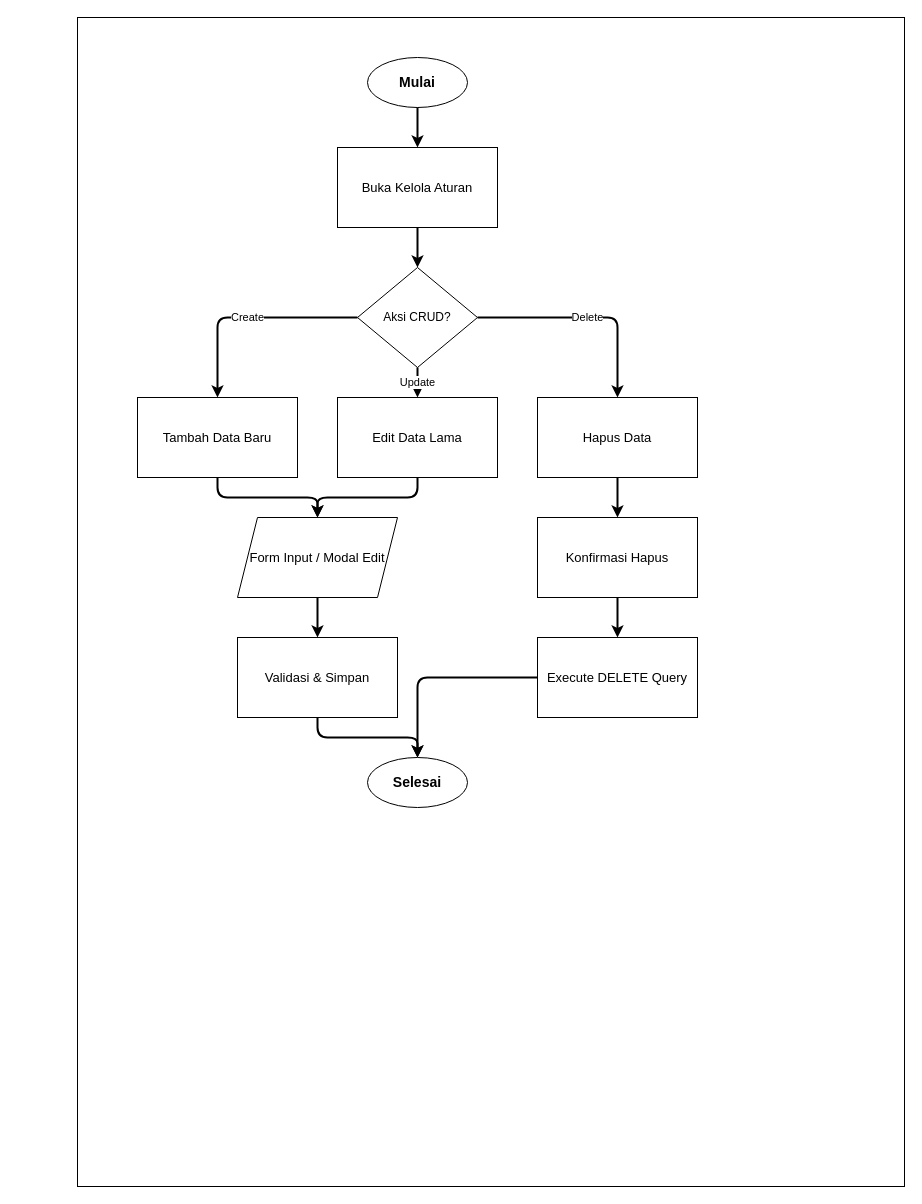
The draw.io diagram diagram/flowchart/admin_aturan.drawio in Jinsky/Jinsky, before the edit. Source tidied: cells renumbered, new cells numbered last; positions are measured from the earlier drawing's top-left corner, leaving out a move shared by most shapes. Both pictures are drawn from the tidied source at 100%, with x=0, y=0 at pixel (77, 17).
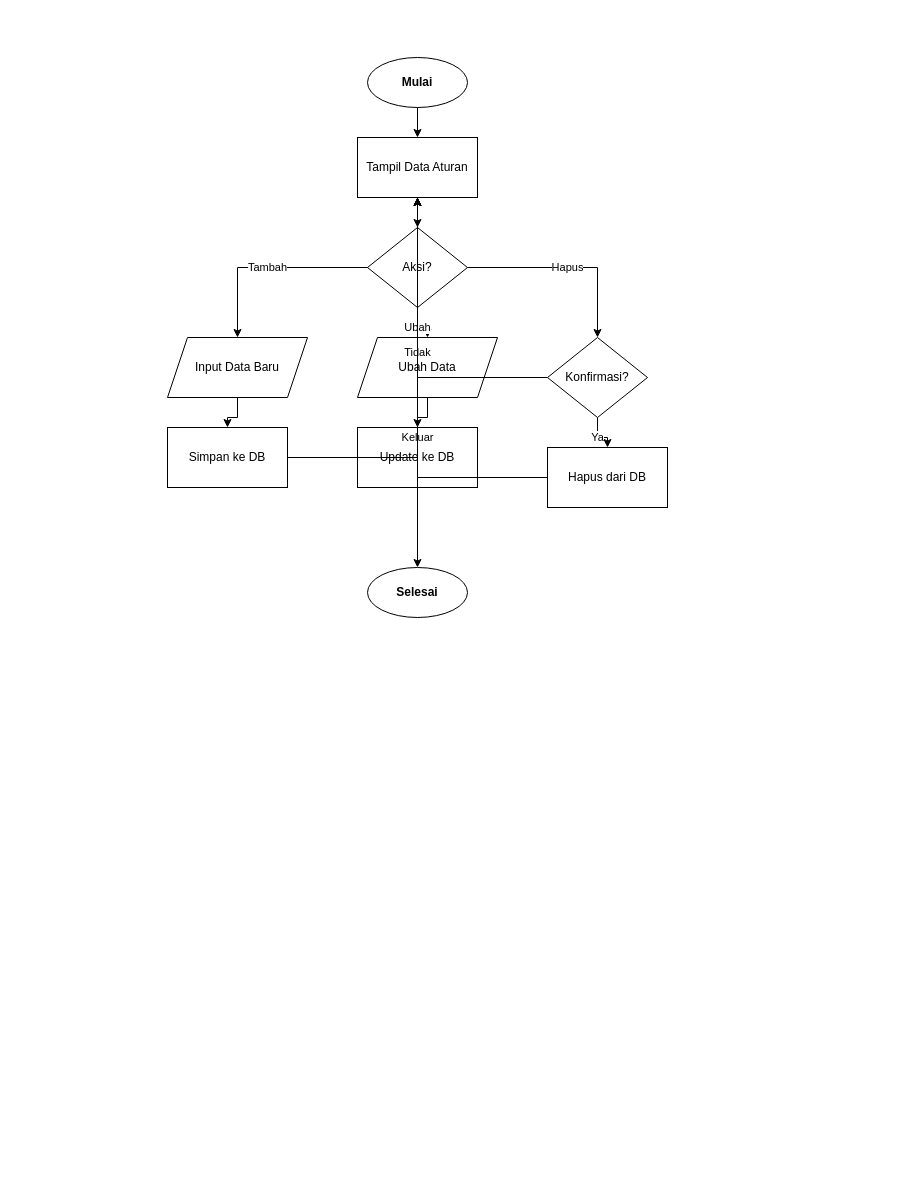
The same diagram, later.

Diff of the diagram source:
```diff
@@
-    <mxCell id="2" style="rounded=0;whiteSpace=wrap;html=1;" parent="1" vertex="1">
-      <mxGeometry width="827" height="1169" as="geometry" />
+    <mxCell id="2" style="rounded=0;whiteSpace=wrap;html=1;fillColor=#ffffff;strokeColor=none;" parent="1" vertex="1">
+      <mxGeometry x="-60" width="827" height="1169" as="geometry" />
     </mxCell>
+    <mxCell id="26" value="Mulai" style="ellipse;whiteSpace=wrap;html=1;fontStyle=1;fontSize=12;fillColor=#ffffff;strokeColor=#000000;" parent="1" vertex="1">
+      <mxGeometry x="290" y="40" width="100" height="50" as="geometry" />
+    </mxCell>
+    <mxCell id="27" value="Tampil Data Aturan" style="rounded=0;whiteSpace=wrap;html=1;fontSize=12;fillColor=#ffffff;strokeColor=#000000;" parent="1" vertex="1">
+      <mxGeometry x="280" y="120" width="120" height="60" as="geometry" />
+    </mxCell>
-    <mxCell id="3" value="Mulai" style="ellipse;whiteSpace=wrap;html=1;fontStyle=1;fontSize=14;" parent="1" vertex="1">
-      <mxGeometry x="290" y="40" width="100" height="50" as="geometry" />
+    <mxCell id="3" value="Aksi?" style="rhombus;whiteSpace=wrap;html=1;fontSize=12;fillColor=#ffffff;strokeColor=#000000;" parent="1" vertex="1">
+      <mxGeometry x="290" y="210" width="100" height="80" as="geometry" />
     </mxCell>
-    <mxCell id="4" value="Buka Kelola Aturan" style="rounded=0;whiteSpace=wrap;html=1;fontSize=13;" parent="1" vertex="1">
-      <mxGeometry x="260" y="130" width="160" height="80" as="geometry" />
+    <mxCell id="4" value="Input Data Baru" style="shape=parallelogram;perimeter=parallelogramPerimeter;whiteSpace=wrap;html=1;fixedSize=1;fontSize=12;fillColor=#ffffff;strokeColor=#000000;" parent="1" vertex="1">
+      <mxGeometry x="90" y="320" width="140" height="60" as="geometry" />
     </mxCell>
-    <mxCell id="5" value="Aksi CRUD?" style="rhombus;whiteSpace=wrap;html=1;fontSize=12;" parent="1" vertex="1">
-      <mxGeometry x="280" y="250" width="120" height="100" as="geometry" />
+    <mxCell id="5" value="Simpan ke DB" style="rounded=0;whiteSpace=wrap;html=1;fontSize=12;fillColor=#ffffff;strokeColor=#000000;" parent="1" vertex="1">
+      <mxGeometry x="90" y="410" width="120" height="60" as="geometry" />
     </mxCell>
-    <mxCell id="6" value="Tambah Data Baru" style="rounded=0;whiteSpace=wrap;html=1;fontSize=13;" parent="1" vertex="1">
-      <mxGeometry x="60" y="380" width="160" height="80" as="geometry" />
+    <mxCell id="6" value="Ubah Data" style="shape=parallelogram;perimeter=parallelogramPerimeter;whiteSpace=wrap;html=1;fixedSize=1;fontSize=12;fillColor=#ffffff;strokeColor=#000000;" parent="1" vertex="1">
+      <mxGeometry x="280" y="320" width="140" height="60" as="geometry" />
     </mxCell>
-    <mxCell id="7" value="Edit Data Lama" style="rounded=0;whiteSpace=wrap;html=1;fontSize=13;" parent="1" vertex="1">
-      <mxGeometry x="260" y="380" width="160" height="80" as="geometry" />
+    <mxCell id="7" value="Update ke DB" style="rounded=0;whiteSpace=wrap;html=1;fontSize=12;fillColor=#ffffff;strokeColor=#000000;" parent="1" vertex="1">
+      <mxGeometry x="280" y="410" width="120" height="60" as="geometry" />
     </mxCell>
-    <mxCell id="8" value="Hapus Data" style="rounded=0;whiteSpace=wrap;html=1;fontSize=13;" parent="1" vertex="1">
-      <mxGeometry x="460" y="380" width="160" height="80" as="geometry" />
+    <mxCell id="8" value="Konfirmasi?" style="rhombus;whiteSpace=wrap;html=1;fontSize=12;fillColor=#ffffff;strokeColor=#000000;" parent="1" vertex="1">
+      <mxGeometry x="470" y="320" width="100" height="80" as="geometry" />
     </mxCell>
-    <mxCell id="9" value="Form Input / Modal Edit" style="shape=parallelogram;perimeter=parallelogramPerimeter;whiteSpace=wrap;html=1;fixedSize=1;fontSize=13;" parent="1" vertex="1">
-      <mxGeometry x="160" y="500" width="160" height="80" as="geometry" />
+    <mxCell id="9" value="Hapus dari DB" style="rounded=0;whiteSpace=wrap;html=1;fontSize=12;fillColor=#ffffff;strokeColor=#000000;" parent="1" vertex="1">
+      <mxGeometry x="470" y="430" width="120" height="60" as="geometry" />
     </mxCell>
-    <mxCell id="10" value="Validasi &amp; Simpan" style="rounded=0;whiteSpace=wrap;html=1;fontSize=13;" parent="1" vertex="1">
-      <mxGeometry x="160" y="620" width="160" height="80" as="geometry" />
+    <mxCell id="10" value="Selesai" style="ellipse;whiteSpace=wrap;html=1;fontStyle=1;fontSize=12;fillColor=#ffffff;strokeColor=#000000;" parent="1" vertex="1">
+      <mxGeometry x="290" y="550" width="100" height="50" as="geometry" />
     </mxCell>
-    <mxCell id="11" value="Konfirmasi Hapus" style="rounded=0;whiteSpace=wrap;html=1;fontSize=13;" parent="1" vertex="1">
-      <mxGeometry x="460" y="500" width="160" height="80" as="geometry" />
+    <mxCell id="11" style="edgeStyle=orthogonalEdgeStyle;rounded=0;jettySize=auto;html=1;strokeColor=#000000;fontSize=11;" parent="1" edge="1" source="26" target="27">
+      <mxGeometry relative="1" as="geometry" />
     </mxCell>
-    <mxCell id="12" value="Execute DELETE Query" style="rounded=0;whiteSpace=wrap;html=1;fontSize=13;" parent="1" vertex="1">
-      <mxGeometry x="460" y="620" width="160" height="80" as="geometry" />
+    <mxCell id="12" style="edgeStyle=orthogonalEdgeStyle;rounded=0;jettySize=auto;html=1;strokeColor=#000000;fontSize=11;" parent="1" edge="1" source="27" target="3">
+      <mxGeometry relative="1" as="geometry" />
     </mxCell>
-    <mxCell id="13" value="Selesai" style="ellipse;whiteSpace=wrap;html=1;fontStyle=1;fontSize=14;" parent="1" vertex="1">
-      <mxGeometry x="290" y="740" width="100" height="50" as="geometry" />
+    <mxCell id="13" value="Tambah" style="edgeStyle=orthogonalEdgeStyle;rounded=0;jettySize=auto;html=1;strokeColor=#000000;fontSize=11;" parent="1" edge="1" source="3" target="4">
+      <mxGeometry relative="1" as="geometry" />
     </mxCell>
-    <mxCell id="14" style="edgeStyle=orthogonalEdgeStyle;rounded=1;jettySize=auto;html=1;strokeWidth=2;fontSize=11;" parent="1" edge="1" source="3" target="4">
-      <mxGeometry relative="1" as="geometry" />
-    </mxCell>
+    <mxCell id="28" value="Ubah" style="edgeStyle=orthogonalEdgeStyle;rounded=0;jettySize=auto;html=1;strokeColor=#000000;fontSize=11;" parent="1" edge="1" source="3" target="6">
+      <mxGeometry relative="1" as="geometry" />
+    </mxCell>
+    <mxCell id="29" value="Hapus" style="edgeStyle=orthogonalEdgeStyle;rounded=0;jettySize=auto;html=1;strokeColor=#000000;fontSize=11;" parent="1" edge="1" source="3" target="8">
+      <mxGeometry relative="1" as="geometry" />
+    </mxCell>
+    <mxCell id="30" value="Keluar" style="edgeStyle=orthogonalEdgeStyle;rounded=0;jettySize=auto;html=1;strokeColor=#000000;fontSize=11;" parent="1" edge="1" source="3" target="10">
+      <mxGeometry relative="1" as="geometry" />
+    </mxCell>
-    <mxCell id="15" style="edgeStyle=orthogonalEdgeStyle;rounded=1;jettySize=auto;html=1;strokeWidth=2;fontSize=11;" parent="1" edge="1" source="4" target="5">
+    <mxCell id="15" style="edgeStyle=orthogonalEdgeStyle;rounded=0;jettySize=auto;html=1;strokeColor=#000000;fontSize=11;" parent="1" edge="1" source="4" target="5">
       <mxGeometry relative="1" as="geometry" />
     </mxCell>
-    <mxCell id="16" value="Create" style="edgeStyle=orthogonalEdgeStyle;rounded=1;jettySize=auto;html=1;strokeWidth=2;fontSize=11;" parent="1" edge="1" source="5" target="6">
-      <mxGeometry relative="1" as="geometry" />
-    </mxCell>
-    <mxCell id="17" value="Update" style="edgeStyle=orthogonalEdgeStyle;rounded=1;jettySize=auto;html=1;strokeWidth=2;fontSize=11;" parent="1" edge="1" source="5" target="7">
-      <mxGeometry relative="1" as="geometry" />
-    </mxCell>
-    <mxCell id="18" value="Delete" style="edgeStyle=orthogonalEdgeStyle;rounded=1;jettySize=auto;html=1;strokeWidth=2;fontSize=11;" parent="1" edge="1" source="5" target="8">
-      <mxGeometry relative="1" as="geometry" />
-    </mxCell>
-    <mxCell id="19" style="edgeStyle=orthogonalEdgeStyle;rounded=1;jettySize=auto;html=1;strokeWidth=2;fontSize=11;" parent="1" edge="1" source="6" target="9">
-      <mxGeometry relative="1" as="geometry" />
-    </mxCell>
-    <mxCell id="20" style="edgeStyle=orthogonalEdgeStyle;rounded=1;jettySize=auto;html=1;strokeWidth=2;fontSize=11;" parent="1" edge="1" source="7" target="9">
-      <mxGeometry relative="1" as="geometry" />
-    </mxCell>
-    <mxCell id="21" style="edgeStyle=orthogonalEdgeStyle;rounded=1;jettySize=auto;html=1;strokeWidth=2;fontSize=11;" parent="1" edge="1" source="9" target="10">
-      <mxGeometry relative="1" as="geometry" />
-    </mxCell>
-    <mxCell id="22" style="edgeStyle=orthogonalEdgeStyle;rounded=1;jettySize=auto;html=1;strokeWidth=2;fontSize=11;" parent="1" edge="1" source="10" target="13">
-      <mxGeometry relative="1" as="geometry" />
-    </mxCell>
-    <mxCell id="23" style="edgeStyle=orthogonalEdgeStyle;rounded=1;jettySize=auto;html=1;strokeWidth=2;fontSize=11;" parent="1" edge="1" source="8" target="11">
-      <mxGeometry relative="1" as="geometry" />
-    </mxCell>
-    <mxCell id="24" style="edgeStyle=orthogonalEdgeStyle;rounded=1;jettySize=auto;html=1;strokeWidth=2;fontSize=11;" parent="1" edge="1" source="11" target="12">
-      <mxGeometry relative="1" as="geometry" />
-    </mxCell>
-    <mxCell id="25" style="edgeStyle=orthogonalEdgeStyle;rounded=1;jettySize=auto;html=1;strokeWidth=2;fontSize=11;" parent="1" edge="1" source="12" target="13">
-      <mxGeometry relative="1" as="geometry" />
-    </mxCell>
+    <mxCell id="31" style="edgeStyle=orthogonalEdgeStyle;rounded=0;jettySize=auto;html=1;strokeColor=#000000;fontSize=11;" parent="1" edge="1" source="5" target="27">
+      <mxGeometry relative="1" as="geometry" />
+    </mxCell>
+    <mxCell id="32" style="edgeStyle=orthogonalEdgeStyle;rounded=0;jettySize=auto;html=1;strokeColor=#000000;fontSize=11;" parent="1" edge="1" source="6" target="7">
+      <mxGeometry relative="1" as="geometry" />
+    </mxCell>
+    <mxCell id="33" style="edgeStyle=orthogonalEdgeStyle;rounded=0;jettySize=auto;html=1;strokeColor=#000000;fontSize=11;" parent="1" edge="1" source="7" target="27">
+      <mxGeometry relative="1" as="geometry" />
+    </mxCell>
+    <mxCell id="34" value="Ya" style="edgeStyle=orthogonalEdgeStyle;rounded=0;jettySize=auto;html=1;strokeColor=#000000;fontSize=11;" parent="1" edge="1" source="8" target="9">
+      <mxGeometry relative="1" as="geometry" />
+    </mxCell>
+    <mxCell id="35" value="Tidak" style="edgeStyle=orthogonalEdgeStyle;rounded=0;jettySize=auto;html=1;strokeColor=#000000;fontSize=11;" parent="1" edge="1" source="8" target="27">
+      <mxGeometry relative="1" as="geometry" />
+    </mxCell>
+    <mxCell id="36" style="edgeStyle=orthogonalEdgeStyle;rounded=0;jettySize=auto;html=1;strokeColor=#000000;fontSize=11;" parent="1" edge="1" source="9" target="27">
+      <mxGeometry relative="1" as="geometry" />
+    </mxCell>
```
